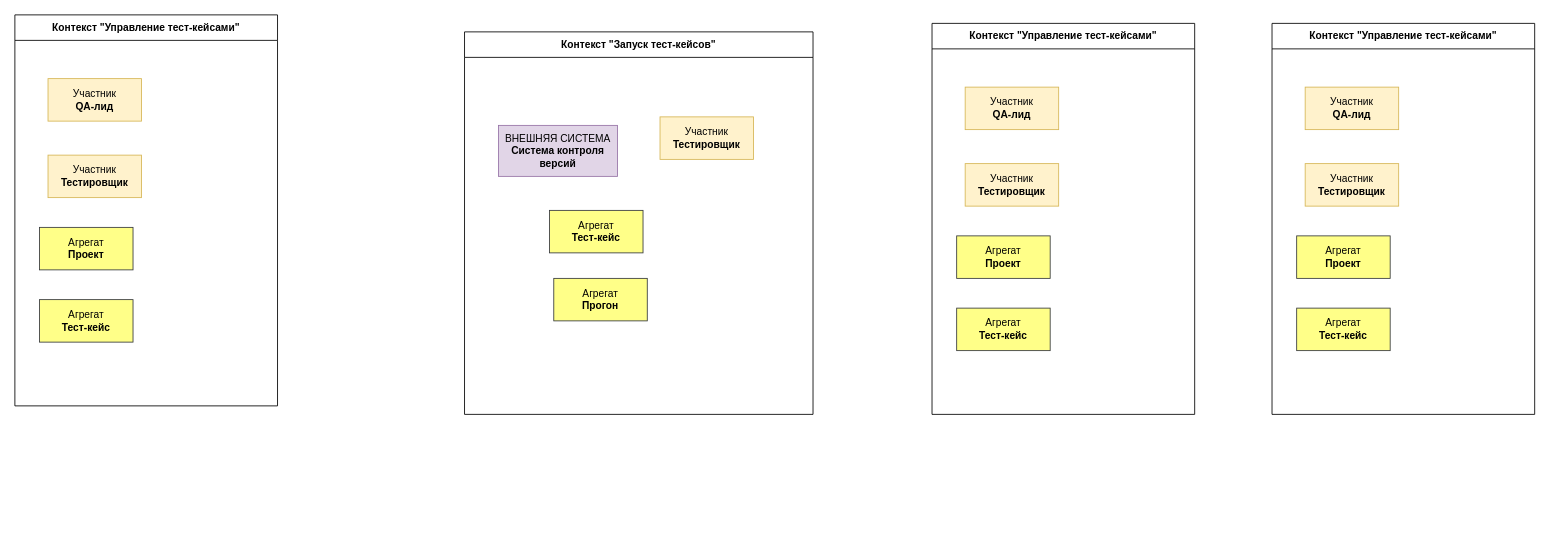
Earlier version of the draw.io diagram ПКСС_Контексты.drawio (v-tempe/draw.io). Source tidied: cells renumbered, new cells numbered last; positions are measured from the earlier drawing's top-left corner, leaving out a move shared by most shapes. Both pictures are drawn from the tidied source at 85%, with x=0, y=0 at pixel (14, 14).
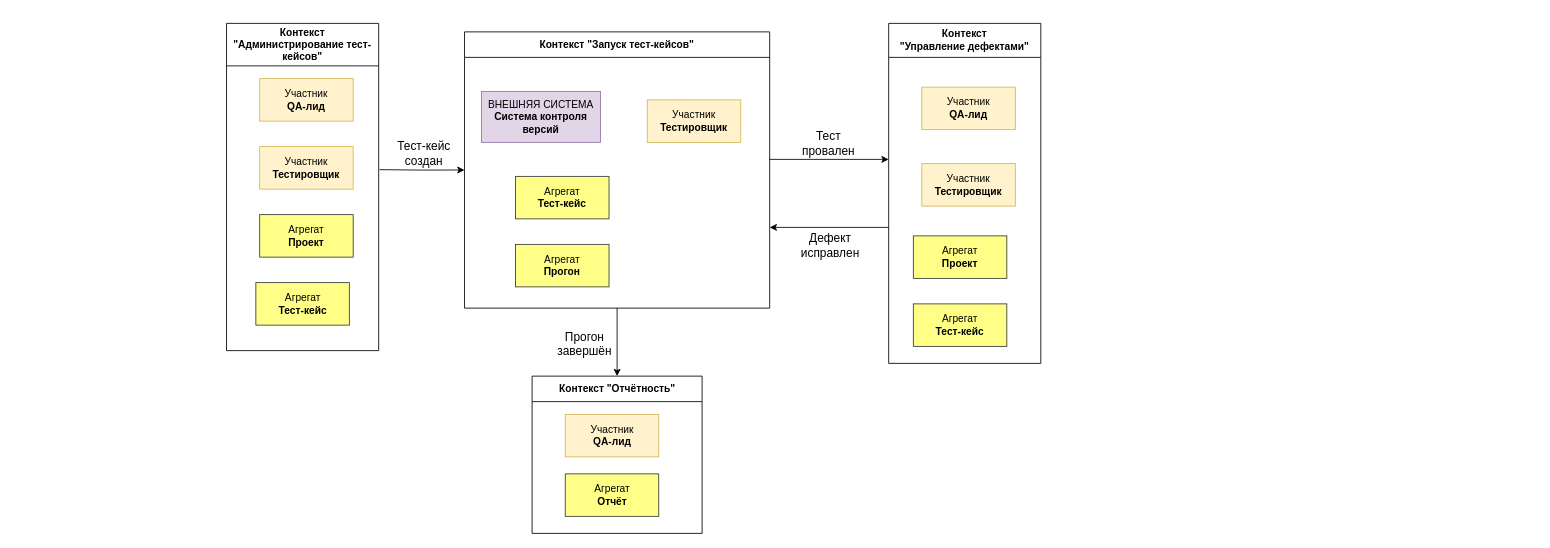
The same diagram, later.

What changed in the source:
```diff
@@
+    <mxCell id="22" style="edgeStyle=orthogonalEdgeStyle;rounded=0;jettySize=auto;html=1;entryX=0;entryY=0.5;entryDx=0;entryDy=0;" parent="1" edge="1" target="7">
+      <mxGeometry relative="1" as="geometry">
+        <mxPoint x="429" y="182.1" as="sourcePoint" />
+      </mxGeometry>
+    </mxCell>
+    <mxCell id="23" value="&lt;font style=&quot;font-size: 14px;&quot;&gt;Тест-кейс&lt;/font&gt;&lt;div&gt;&lt;font style=&quot;font-size: 14px;&quot;&gt;создан&lt;/font&gt;&lt;/div&gt;" style="edgeLabel;html=1;align=center;verticalAlign=middle;" parent="22" vertex="1">
+      <mxGeometry x="-0.53" y="-1" relative="1" as="geometry">
+        <mxPoint x="28" y="-21" as="offset" />
+      </mxGeometry>
+    </mxCell>
-    <mxCell id="2" value="Контекст &quot;Управление тест-кейсами&quot;" style="swimlane;whiteSpace=wrap;html=1;startSize=30;" parent="1" vertex="1">
-      <mxGeometry width="309" height="460" as="geometry" />
+    <mxCell id="2" value="Контекст &quot;Администрирование тест-кейсов&quot;" style="swimlane;whiteSpace=wrap;html=1;startSize=50;" parent="1" vertex="1">
+      <mxGeometry x="249" y="10" width="179" height="385" as="geometry" />
     </mxCell>
     <mxCell id="3" value="Агрегат&lt;div&gt;&lt;b&gt;Тест-кейс&lt;/b&gt;&lt;/div&gt;" style="html=1;whiteSpace=wrap;fillColor=#ffff88;strokeColor=#36393d;" parent="2" vertex="1">
-      <mxGeometry x="29" y="335" width="110" height="50" as="geometry" />
+      <mxGeometry x="34.5" y="305" width="110" height="50" as="geometry" />
     </mxCell>
     <mxCell id="4" value="Участник&lt;div&gt;&lt;b&gt;Тестировщик&lt;/b&gt;&lt;/div&gt;" style="html=1;whiteSpace=wrap;fillColor=#fff2cc;strokeColor=#d6b656;" parent="2" vertex="1">
-      <mxGeometry x="39" y="165" width="110" height="50" as="geometry" />
+      <mxGeometry x="39" y="145" width="110" height="50" as="geometry" />
     </mxCell>
     <mxCell id="5" value="Участник&lt;div&gt;&lt;b&gt;QA-лид&lt;/b&gt;&lt;/div&gt;" style="html=1;whiteSpace=wrap;fillColor=#fff2cc;strokeColor=#d6b656;" parent="2" vertex="1">
-      <mxGeometry x="39" y="75" width="110" height="50" as="geometry" />
+      <mxGeometry x="39" y="65" width="110" height="50" as="geometry" />
     </mxCell>
     <mxCell id="6" value="Агрегат&lt;div&gt;&lt;b&gt;Проект&lt;/b&gt;&lt;/div&gt;" style="html=1;whiteSpace=wrap;fillColor=#ffff88;strokeColor=#36393d;" parent="2" vertex="1">
-      <mxGeometry x="29" y="250" width="110" height="50" as="geometry" />
+      <mxGeometry x="39" y="225" width="110" height="50" as="geometry" />
     </mxCell>
+    <mxCell id="24" style="edgeStyle=orthogonalEdgeStyle;rounded=0;jettySize=auto;html=1;" parent="1" edge="1" source="7" target="17">
+      <mxGeometry relative="1" as="geometry" />
+    </mxCell>
+    <mxCell id="25" value="&lt;font style=&quot;font-size: 14px;&quot;&gt;Прогон&lt;/font&gt;&lt;div&gt;&lt;font style=&quot;font-size: 14px;&quot;&gt;завершён&lt;/font&gt;&lt;/div&gt;" style="edgeLabel;html=1;align=center;verticalAlign=middle;" parent="24" vertex="1">
+      <mxGeometry x="0.14" y="2" relative="1" as="geometry">
+        <mxPoint x="-41" y="-5" as="offset" />
+      </mxGeometry>
+    </mxCell>
+    <mxCell id="26" style="edgeStyle=orthogonalEdgeStyle;rounded=0;orthogonalLoop=1;jettySize=auto;html=1;entryX=0;entryY=0.5;entryDx=0;entryDy=0;" parent="1" edge="1">
+      <mxGeometry relative="1" as="geometry">
+        <mxPoint x="888" y="170" as="sourcePoint" />
+        <mxPoint x="1028" y="170" as="targetPoint" />
+        <Array as="points">
+          <mxPoint x="938" y="170" />
+          <mxPoint x="938" y="170" />
+        </Array>
+      </mxGeometry>
+    </mxCell>
+    <mxCell id="27" value="&lt;font style=&quot;font-size: 14px;&quot;&gt;Тест&lt;/font&gt;&lt;div&gt;&lt;font style=&quot;font-size: 14px;&quot;&gt;провален&lt;/font&gt;&lt;/div&gt;" style="edgeLabel;html=1;align=center;verticalAlign=middle;" parent="26" vertex="1">
+      <mxGeometry x="-0.24" y="3" relative="1" as="geometry">
+        <mxPoint x="15" y="-17" as="offset" />
+      </mxGeometry>
+    </mxCell>
     <mxCell id="7" value="Контекст &quot;Запуск тест-кейсов&quot;" style="swimlane;whiteSpace=wrap;html=1;startSize=30;" parent="1" vertex="1">
-      <mxGeometry x="529" y="20" width="410" height="450" as="geometry" />
+      <mxGeometry x="529" y="20" width="359" height="325" as="geometry" />
     </mxCell>
     <mxCell id="8" value="ВНЕШНЯЯ СИСТЕМА&lt;div&gt;&lt;b&gt;Система контроля версий&lt;/b&gt;&lt;/div&gt;" style="html=1;whiteSpace=wrap;fillColor=#e1d5e7;strokeColor=#9673a6;" parent="7" vertex="1">
-      <mxGeometry x="40" y="110" width="140" height="60" as="geometry" />
+      <mxGeometry x="20" y="70" width="140" height="60" as="geometry" />
     </mxCell>
     <mxCell id="9" value="Агрегат&lt;div&gt;&lt;b&gt;Тест-кейс&lt;/b&gt;&lt;/div&gt;" style="html=1;whiteSpace=wrap;fillColor=#ffff88;strokeColor=#36393d;" parent="7" vertex="1">
-      <mxGeometry x="100" y="210" width="110" height="50" as="geometry" />
+      <mxGeometry x="60" y="170" width="110" height="50" as="geometry" />
     </mxCell>
     <mxCell id="10" value="Агрегат&lt;div&gt;&lt;b&gt;Прогон&lt;/b&gt;&lt;/div&gt;" style="html=1;whiteSpace=wrap;fillColor=#ffff88;strokeColor=#36393d;" parent="7" vertex="1">
-      <mxGeometry x="105" y="290" width="110" height="50" as="geometry" />
+      <mxGeometry x="60" y="250" width="110" height="50" as="geometry" />
     </mxCell>
     <mxCell id="11" value="Участник&lt;div&gt;&lt;b&gt;Тестировщик&lt;/b&gt;&lt;/div&gt;" style="html=1;whiteSpace=wrap;fillColor=#fff2cc;strokeColor=#d6b656;" parent="7" vertex="1">
-      <mxGeometry x="230" y="100" width="110" height="50" as="geometry" />
+      <mxGeometry x="215" y="80" width="110" height="50" as="geometry" />
     </mxCell>
+    <mxCell id="28" style="edgeStyle=orthogonalEdgeStyle;rounded=0;orthogonalLoop=1;jettySize=auto;html=1;" parent="1" edge="1">
+      <mxGeometry relative="1" as="geometry">
+        <mxPoint x="1028" y="250" as="sourcePoint" />
+        <mxPoint x="888" y="250" as="targetPoint" />
+        <Array as="points">
+          <mxPoint x="999" y="250" />
+          <mxPoint x="999" y="250" />
+        </Array>
+      </mxGeometry>
+    </mxCell>
+    <mxCell id="29" value="&lt;font style=&quot;font-size: 14px;&quot;&gt;Дефект&lt;/font&gt;&lt;div&gt;&lt;font style=&quot;font-size: 14px;&quot;&gt;исправлен&lt;/font&gt;&lt;/div&gt;" style="edgeLabel;html=1;align=center;verticalAlign=middle;" parent="28" vertex="1">
+      <mxGeometry x="0.23" y="2" relative="1" as="geometry">
+        <mxPoint x="16" y="18" as="offset" />
+      </mxGeometry>
+    </mxCell>
-    <mxCell id="12" value="Контекст &quot;Управление тест-кейсами&quot;" style="swimlane;whiteSpace=wrap;html=1;startSize=30;" parent="1" vertex="1">
-      <mxGeometry x="1079" y="10" width="309" height="460" as="geometry" />
+    <mxCell id="12" value="Контекст&lt;div&gt;&quot;Управление дефектами&quot;&lt;/div&gt;" style="swimlane;whiteSpace=wrap;html=1;startSize=40;" parent="1" vertex="1">
+      <mxGeometry x="1028" y="10" width="179" height="400" as="geometry" />
     </mxCell>
     <mxCell id="13" value="Агрегат&lt;div&gt;&lt;b&gt;Тест-кейс&lt;/b&gt;&lt;/div&gt;" style="html=1;whiteSpace=wrap;fillColor=#ffff88;strokeColor=#36393d;" parent="12" vertex="1">
-      <mxGeometry x="29" y="335" width="110" height="50" as="geometry" />
+      <mxGeometry x="29" y="330" width="110" height="50" as="geometry" />
     </mxCell>
@@
-    <mxCell id="17" value="Контекст &quot;Управление тест-кейсами&quot;" style="swimlane;whiteSpace=wrap;html=1;startSize=30;" parent="1" vertex="1">
-      <mxGeometry x="1479" y="10" width="309" height="460" as="geometry" />
+    <mxCell id="17" value="Контекст &quot;Отчётность&quot;" style="swimlane;whiteSpace=wrap;html=1;startSize=30;" parent="1" vertex="1">
+      <mxGeometry x="608.5" y="425" width="200" height="185" as="geometry" />
     </mxCell>
-    <mxCell id="18" value="Агрегат&lt;div&gt;&lt;b&gt;Тест-кейс&lt;/b&gt;&lt;/div&gt;" style="html=1;whiteSpace=wrap;fillColor=#ffff88;strokeColor=#36393d;" parent="17" vertex="1">
-      <mxGeometry x="29" y="335" width="110" height="50" as="geometry" />
-    </mxCell>
-    <mxCell id="19" value="Участник&lt;div&gt;&lt;b&gt;Тестировщик&lt;/b&gt;&lt;/div&gt;" style="html=1;whiteSpace=wrap;fillColor=#fff2cc;strokeColor=#d6b656;" parent="17" vertex="1">
-      <mxGeometry x="39" y="165" width="110" height="50" as="geometry" />
-    </mxCell>
     <mxCell id="20" value="Участник&lt;div&gt;&lt;b&gt;QA-лид&lt;/b&gt;&lt;/div&gt;" style="html=1;whiteSpace=wrap;fillColor=#fff2cc;strokeColor=#d6b656;" parent="17" vertex="1">
-      <mxGeometry x="39" y="75" width="110" height="50" as="geometry" />
+      <mxGeometry x="39" y="45" width="110" height="50" as="geometry" />
     </mxCell>
-    <mxCell id="21" value="Агрегат&lt;div&gt;&lt;b&gt;Проект&lt;/b&gt;&lt;/div&gt;" style="html=1;whiteSpace=wrap;fillColor=#ffff88;strokeColor=#36393d;" parent="17" vertex="1">
-      <mxGeometry x="29" y="250" width="110" height="50" as="geometry" />
-    </mxCell>
+    <mxCell id="30" value="Агрегат&lt;div&gt;&lt;b&gt;Отчёт&lt;/b&gt;&lt;/div&gt;" style="html=1;whiteSpace=wrap;fillColor=#ffff88;strokeColor=#36393d;" parent="17" vertex="1">
+      <mxGeometry x="39" y="115" width="110" height="50" as="geometry" />
+    </mxCell>
```
